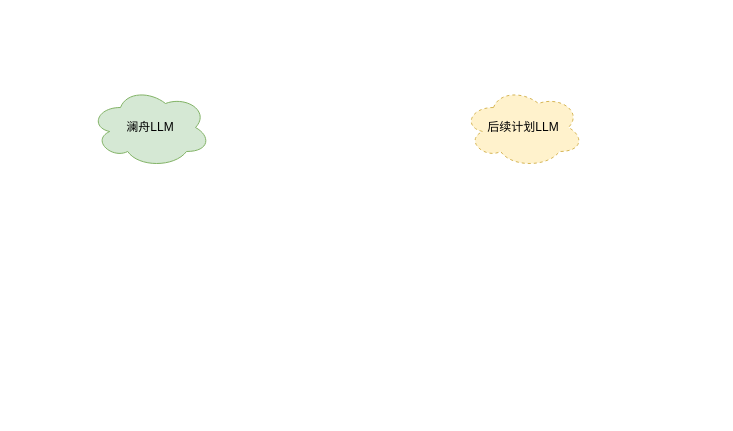
Before: 实习-澜舟流程图.drawio in ZYNsama666/BackUp, a draw.io diagram. Source tidied: cells renumbered, new cells numbered last; positions are measured from the earlier drawing's top-left corner, leaving out a move shared by most shapes. Both pictures are drawn from the tidied source at 100%, with x=0, y=0 at pixel (90, 87).
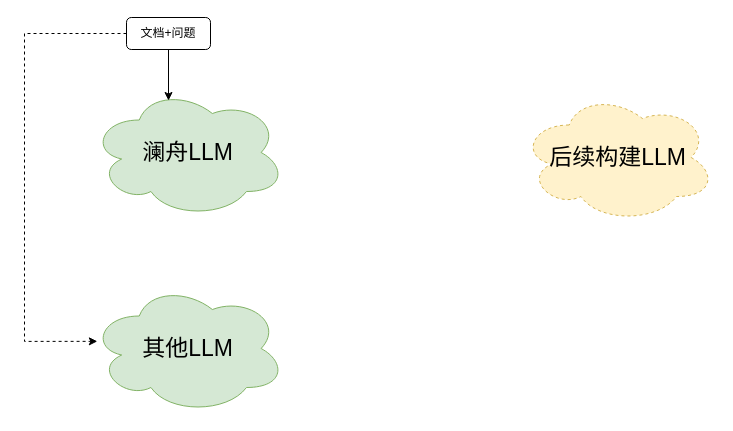
Above is the later version.

Commit message (it also covers changes not shown here):
更新实习-澜舟流程图.drawio

What changed in the source:
```diff
@@
 <mxGraphModel>
   <root>
     <mxCell id="0" />
     <mxCell id="1" parent="0" />
-    <mxCell id="2" value="澜舟LLM" style="ellipse;shape=cloud;whiteSpace=wrap;html=1;fillColor=#d5e8d4;strokeColor=#82b366;" parent="1" vertex="1">
-      <mxGeometry width="120" height="80" as="geometry" />
+    <mxCell id="2" value="&lt;font style=&quot;font-size: 23px;&quot;&gt;澜舟LLM&lt;/font&gt;" style="ellipse;shape=cloud;whiteSpace=wrap;html=1;fillColor=#d5e8d4;strokeColor=#82b366;" parent="1" vertex="1">
+      <mxGeometry width="195" height="130" as="geometry" />
     </mxCell>
-    <mxCell id="3" value="后续计划LLM" style="ellipse;shape=cloud;whiteSpace=wrap;html=1;fillColor=#fff2cc;strokeColor=#d6b656;dashed=1;" parent="1" vertex="1">
-      <mxGeometry x="373" width="120" height="80" as="geometry" />
-    </mxCell>
+    <mxCell id="4" value="文档+问题" style="rounded=1;whiteSpace=wrap;html=1;" parent="1" vertex="1">
+      <mxGeometry x="36" y="-70" width="84" height="32" as="geometry" />
+    </mxCell>
+    <mxCell id="5" value="&lt;font style=&quot;font-size: 23px;&quot;&gt;后续构建LLM&lt;/font&gt;" style="ellipse;shape=cloud;whiteSpace=wrap;html=1;fillColor=#fff2cc;strokeColor=#d6b656;dashed=1;" parent="1" vertex="1">
+      <mxGeometry x="430" y="5" width="195" height="130" as="geometry" />
+    </mxCell>
+    <mxCell id="6" style="edgeStyle=orthogonalEdgeStyle;rounded=0;jettySize=auto;html=1;entryX=0.4;entryY=0.1;entryDx=0;entryDy=0;entryPerimeter=0;" parent="1" edge="1" source="4" target="2">
+      <mxGeometry relative="1" as="geometry" />
+    </mxCell>
+    <mxCell id="7" value="&lt;font style=&quot;font-size: 23px;&quot;&gt;其他LLM&lt;/font&gt;" style="ellipse;shape=cloud;whiteSpace=wrap;html=1;fillColor=#d5e8d4;strokeColor=#82b366;" parent="1" vertex="1">
+      <mxGeometry y="196" width="195" height="130" as="geometry" />
+    </mxCell>
+    <mxCell id="8" style="edgeStyle=orthogonalEdgeStyle;rounded=0;jettySize=auto;html=1;entryX=0.035;entryY=0.445;entryDx=0;entryDy=0;entryPerimeter=0;dashed=1;" parent="1" edge="1" source="4" target="7">
+      <mxGeometry relative="1" as="geometry">
+        <Array as="points">
+          <mxPoint x="-66" y="-54" />
+          <mxPoint x="-66" y="254" />
+        </Array>
+      </mxGeometry>
+    </mxCell>
   </root>
 </mxGraphModel>
```
